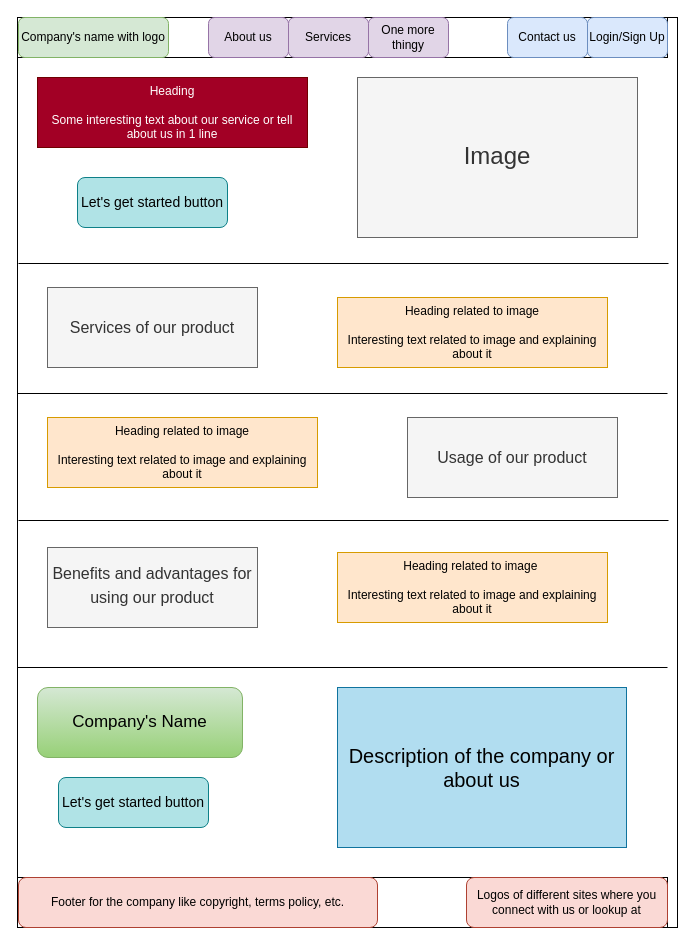
The draw.io diagram website/layouts/Layout1.drawio in en-25/frontend, before the edit. Source tidied: cells renumbered, new cells numbered last; positions are measured from the earlier drawing's top-left corner, leaving out a move shared by most shapes. Both pictures are drawn from the tidied source at 100%, with x=0, y=0 at pixel (17, 17).
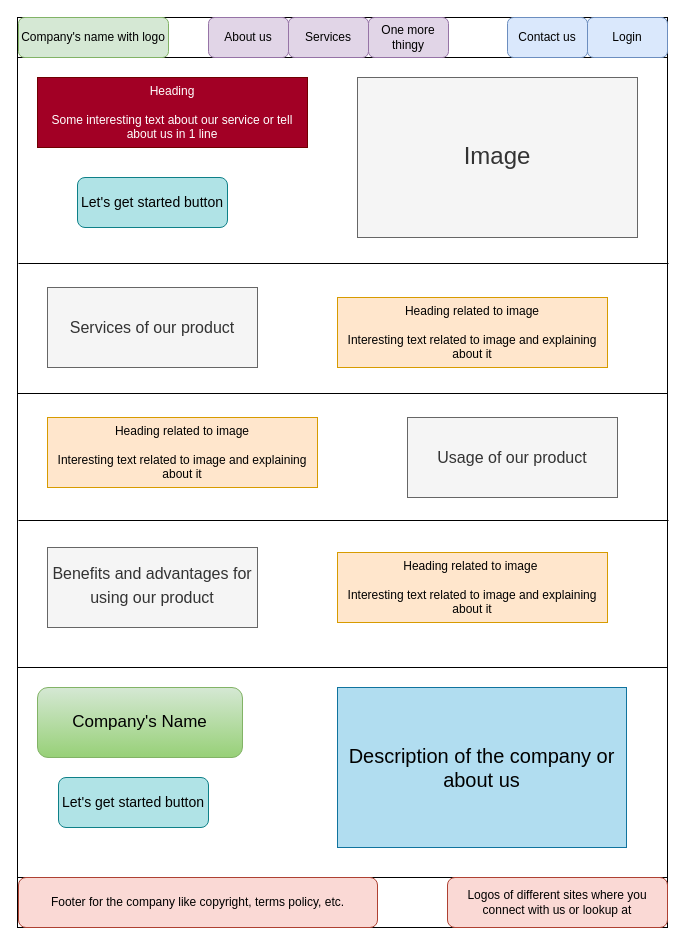
After the change.

Change to the diagram source:
```diff
@@
     <mxCell id="2" style="rounded=0;whiteSpace=wrap;html=1;" parent="1" vertex="1">
-      <mxGeometry width="660" height="910" as="geometry" />
+      <mxGeometry width="650" height="910" as="geometry" />
     </mxCell>
@@
-    <mxCell id="4" value="Login/Sign Up" style="rounded=1;whiteSpace=wrap;html=1;fillColor=#dae8fc;strokeColor=#6c8ebf;" parent="1" vertex="1">
+    <mxCell id="4" value="Login" style="rounded=1;whiteSpace=wrap;html=1;fillColor=#dae8fc;strokeColor=#6c8ebf;" parent="1" vertex="1">
       <mxGeometry x="570" width="80" height="40" as="geometry" />
     </mxCell>
@@
     <mxCell id="23" value="Logos of different sites where you connect with us or lookup at" style="rounded=1;whiteSpace=wrap;html=1;fillColor=#fad9d5;strokeColor=#ae4132;" parent="1" vertex="1">
-      <mxGeometry x="449" y="860" width="201" height="50" as="geometry" />
+      <mxGeometry x="430" y="860" width="220" height="50" as="geometry" />
     </mxCell>
```
